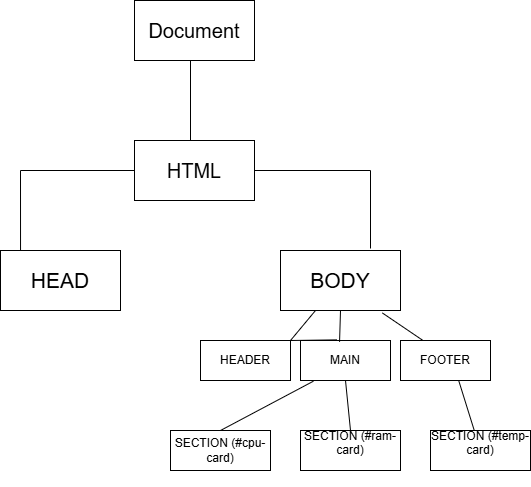
This is arvore-dom.png from kadszx/aula, a draw.io export, as it was before one commit. Source tidied: cells renumbered, new cells last; positions are measured from the earlier drawing's top-left corner, leaving out a move shared by most shapes.
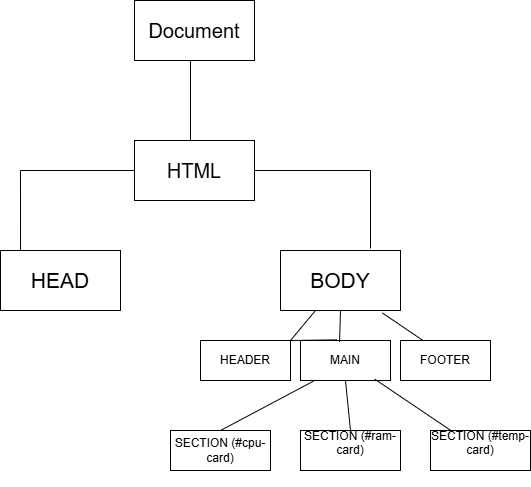
The same file after the commit.

Diff of the diagram source:
```diff
@@ -75,7 +75,7 @@
     <mxCell id="19" style="endArrow=none;html=1;rounded=0;entryX=0.5;entryY=1;entryDx=0;entryDy=0;exitX=0.5;exitY=0;exitDx=0;exitDy=0;" parent="1" edge="1" source="15" target="10">
       <mxGeometry relative="1" as="geometry" />
     </mxCell>
-    <mxCell id="20" style="endArrow=none;html=1;rounded=0;entryX=0.649;entryY=1.018;entryDx=0;entryDy=0;entryPerimeter=0;" parent="1" edge="1" source="17" target="11">
+    <mxCell id="20" style="endArrow=none;html=1;rounded=0;entryX=0.825;entryY=0.966;entryDx=0;entryDy=0;entryPerimeter=0;" parent="1" edge="1" source="17" target="10">
       <mxGeometry relative="1" as="geometry" />
     </mxCell>
   </root>
```
